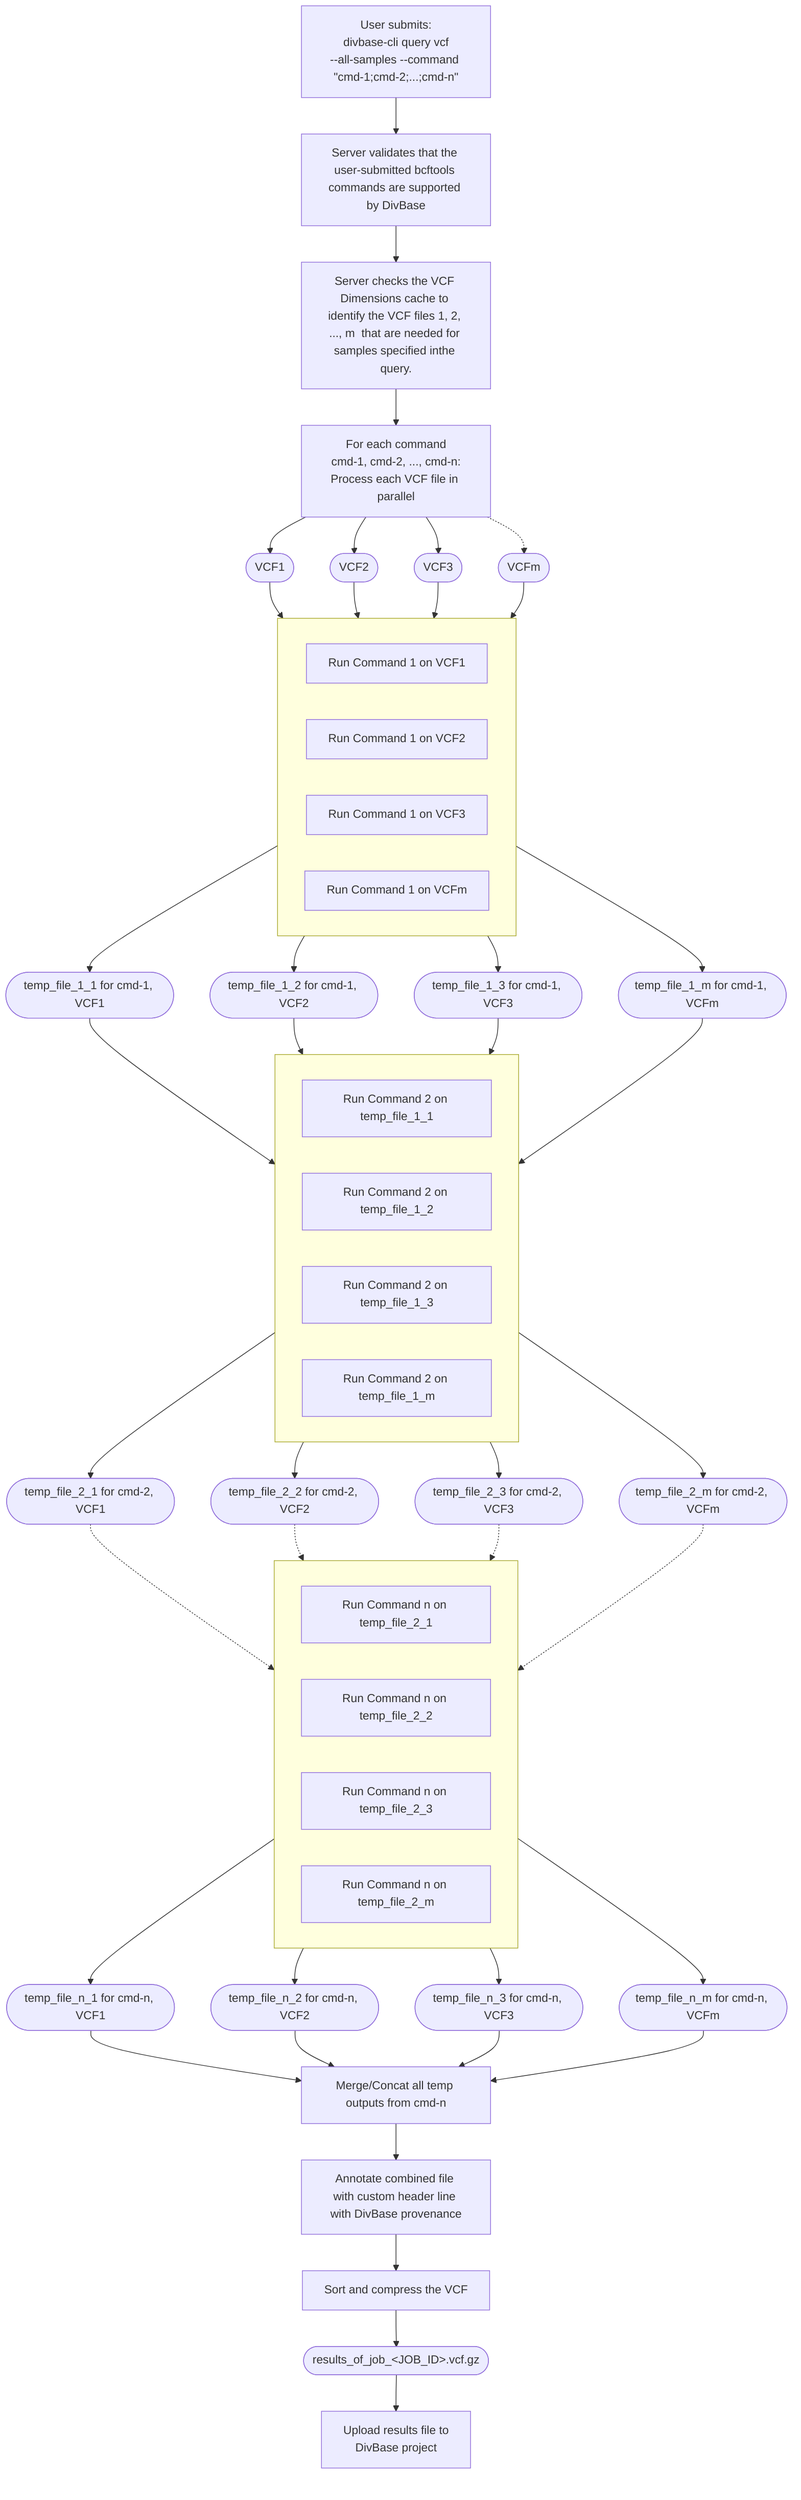
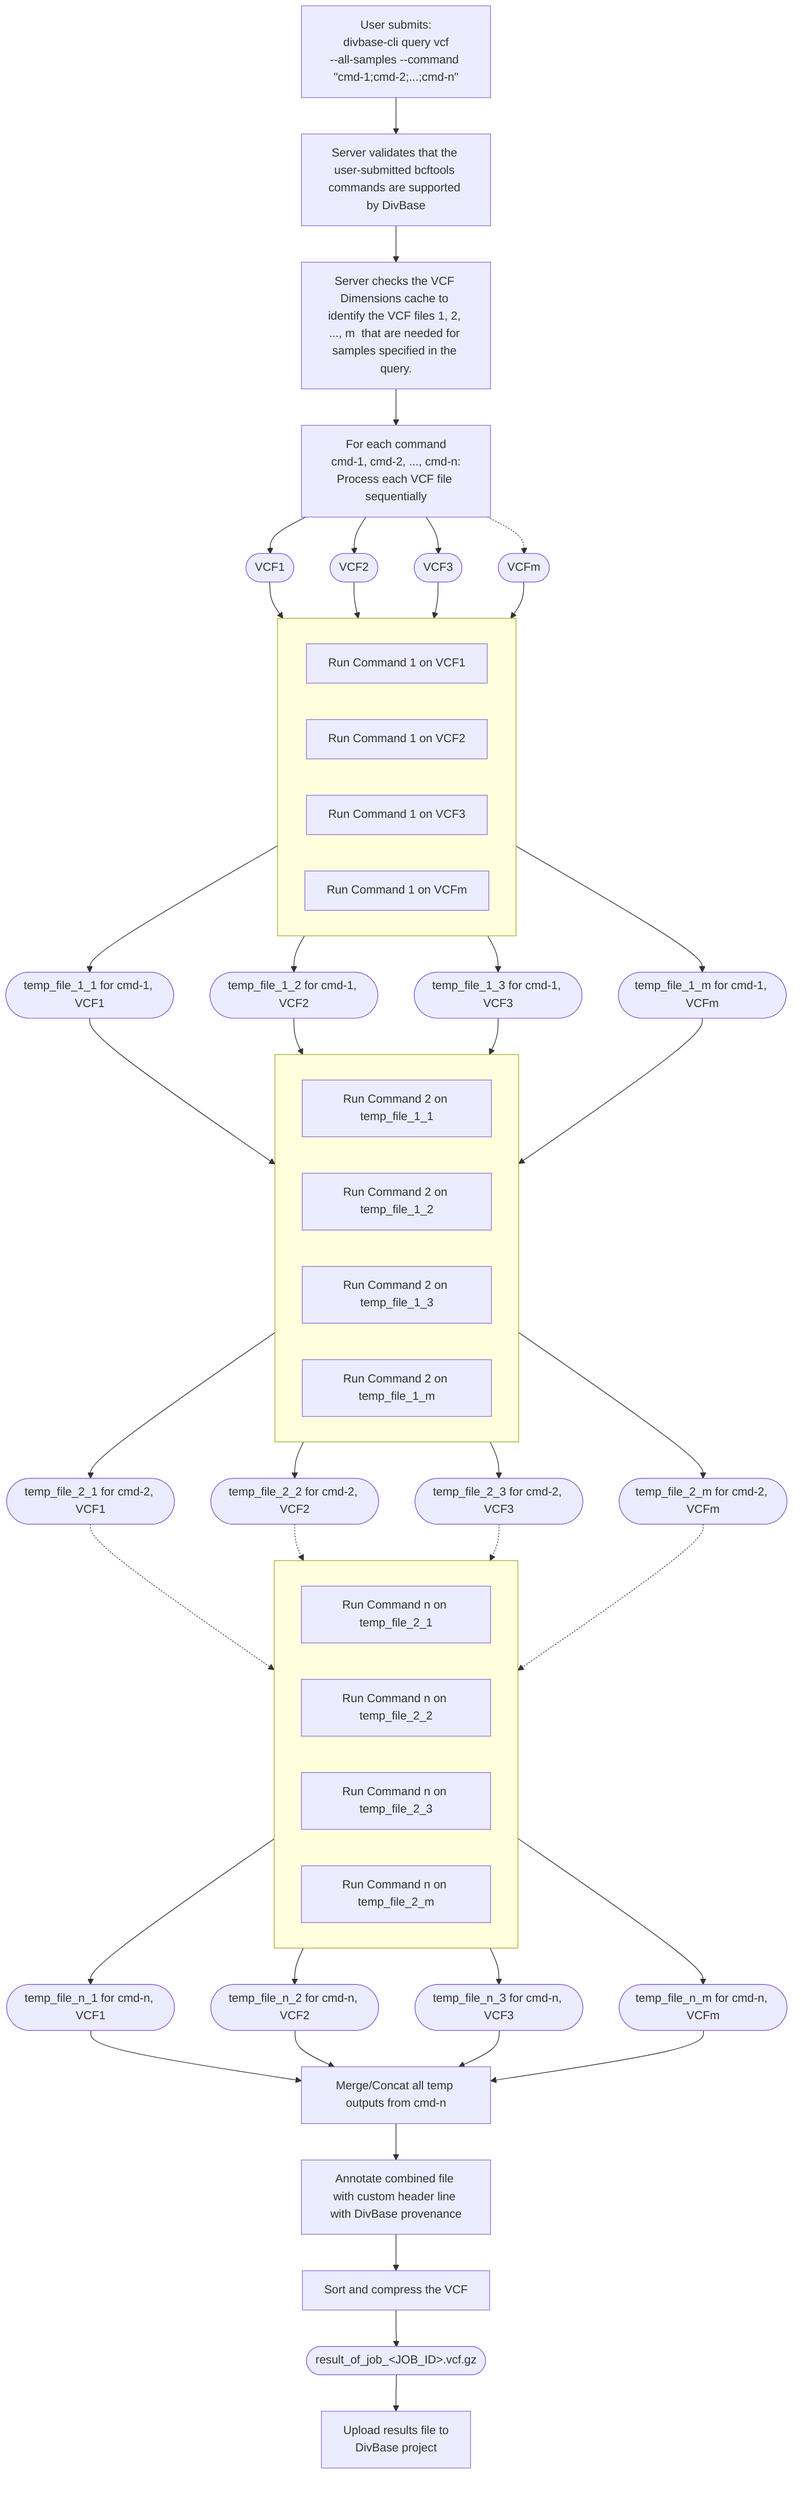
flowchart TB

    A["`User submits:
    divbase-cli query vcf
    --all-samples --command &quot;cmd-1;cmd-2;...;cmd-n&quot;`"] --> B["`Server validates that the user-submitted bcftools commands are supported by DivBase`"]
-     B --> C[Server checks the VCF Dimensions cache to identify the VCF files 1, 2, ..., m  that are needed for samples specified inthe query.]
+     B --> C[Server checks the VCF Dimensions cache to identify the VCF files 1, 2, ..., m  that are needed for samples specified in the query.]
    C --> D["`For each command
    cmd-1, cmd-2, ..., cmd-n:
-     Process each VCF file in parallel`"]
+     Process each VCF file sequentially`"]
    D --> VCF1_START([VCF1])
    D --> VCF2_START([VCF2])
    D --> VCF3_START([VCF3])
    D -.-> VCFm_START([VCFm])


    subgraph stage1[" "]
        direction LR
        VCF1_CMD1[Run Command 1 on VCF1]
        VCF2_CMD1[Run Command 1 on VCF2]
        VCF3_CMD1[Run Command 1 on VCF3]
        VCFm_CMD1[Run Command 1 on VCFm]
    end

    subgraph stage2[" "]
        direction LR
        VCF1_CMD2[Run Command 2 on temp_file_1_1]
        VCF2_CMD2[Run Command 2 on temp_file_1_2]
        VCF3_CMD2[Run Command 2 on temp_file_1_3]
        VCFm_CMD2[Run Command 2 on temp_file_1_m]
    end

    subgraph stageN[" "]
        direction LR
        VCF1_CMDN[Run Command n on temp_file_2_1]
        VCF2_CMDN[Run Command n on temp_file_2_2]
        VCF3_CMDN[Run Command n on temp_file_2_3]
        VCFm_CMDN[Run Command n on temp_file_2_m]
    end


    %% Track for VCF1
    VCF1_START --> VCF1_CMD1[ Run Command 1 on VCF1]
    VCF1_CMD1--> VCF1_TEMP1([temp_file_1_1 for cmd-1, VCF1])
    VCF1_TEMP1 --> VCF1_CMD2[Run Command 2 on temp_file_1_1]
    VCF1_CMD2--> VCF1_TEMP2([temp_file_2_1 for cmd-2, VCF1])
    VCF1_TEMP2 -.-> VCF1_CMDN[Run Command n on temp_file_2_1]
    VCF1_CMDN --> VCF1_OUT([temp_file_n_1 for cmd-n, VCF1])

    %% Track for VCF2
    VCF2_START --> VCF2_CMD1[Run Command 1 on VCF2]
    VCF2_CMD1--> VCF2_TEMP1([temp_file_1_2 for cmd-1, VCF2])
    VCF2_TEMP1 --> VCF2_CMD2[Run Command 2 on temp_file_1_2]
    VCF2_CMD2--> VCF2_TEMP2([temp_file_2_2 for cmd-2, VCF2])
    VCF2_TEMP2 -.-> VCF2_CMDN[Run Command n on temp_file_2_2]
    VCF2_CMDN --> VCF2_OUT([temp_file_n_2 for cmd-n, VCF2])

    %% Track for VCF3
    VCF3_START --> VCF3_CMD1[Run Command 1 on VCF3]
    VCF3_CMD1--> VCF3_TEMP1([temp_file_1_3 for cmd-1, VCF3])
    VCF3_TEMP1 --> VCF3_CMD2[Run Command 2 on temp_file_1_3]
    VCF3_CMD2--> VCF3_TEMP2([temp_file_2_3 for cmd-2, VCF3])
    VCF3_TEMP2 -.-> VCF3_CMDN[Run Command n on temp_file_2_3]
    VCF3_CMDN --> VCF3_OUT([temp_file_n_3 for cmd-n, VCF3])


    %% Track for VCFN
    VCFm_START --> VCFm_CMD1[Run Command 1 on VCFm]
    VCFm_CMD1--> VCFm_TEMP1([temp_file_1_m for cmd-1, VCFm])
    VCFm_TEMP1 --> VCFm_CMD2[Run Command 2 on temp_file_1_m]
    VCFm_CMD2--> VCFm_TEMP2([temp_file_2_m for cmd-2, VCFm])
    VCFm_TEMP2 -.-> VCFm_CMDN[Run Command n on temp_file_2_m]
    VCFm_CMDN --> VCFm_OUT([temp_file_n_m for cmd-n, VCFm])


    %% Merge step
    VCF1_OUT --> MERGE[Merge/Concat all temp outputs from cmd-n]
    VCF2_OUT --> MERGE
    VCF3_OUT --> MERGE
    VCFm_OUT --> MERGE
    MERGE --> ANNOTATE[Annotate combined file with custom header line with DivBase provenance]
    ANNOTATE --> SORT[Sort and compress the VCF]
-     SORT --> RESULT([results_of_job_&lt;JOB_ID&gt;.vcf.gz])
+     SORT --> RESULT([result_of_job_&lt;JOB_ID&gt;.vcf.gz])
    RESULT --> UPLOAD["`Upload results file to
    DivBase project`"]

    %% subgraph Legend [Legend]
    %%     direction LR
    %%     Round([VCF file])
    %%     Square[Process/Command]
    %% end

%% Exported to dark theme PNG with:

%% mmdc -i docs/assets/diagrams/vcf_query_processing_for_user_guide.mermaid \
%%      -o docs/assets/diagrams/vcf_query_processing_for_user_guide.png --theme dark --backgroundColor  "#22272e" --scale 2

- %% Turns out the SVG became too large
+ %% Command used to export to SVG, but it was too large
%% mmdc -i docs/assets/diagrams/vcf_query_processing_for_user_guide.mermaid \
%%      -o docs/assets/diagrams/vcf_query_processing_for_user_guide.svg --theme dark --backgroundColor  "#22272e"
